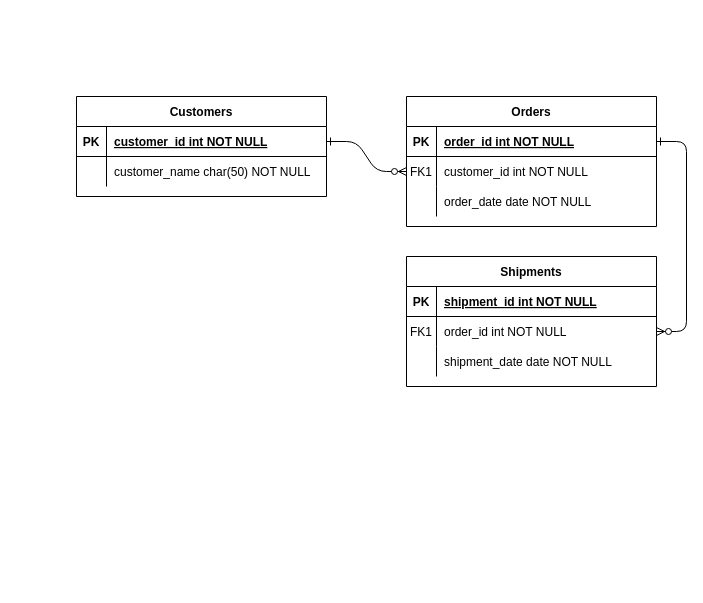
Above: Untitled Diagram.drawio in DongYong/WaveKorea.Net (draw.io), before the change. Source tidied: cells renumbered, new cells numbered last; positions are measured from the earlier drawing's top-left corner, leaving out a move shared by most shapes. Both pictures are drawn from the tidied source at 100%, with x=0, y=0 at pixel (76, 96).
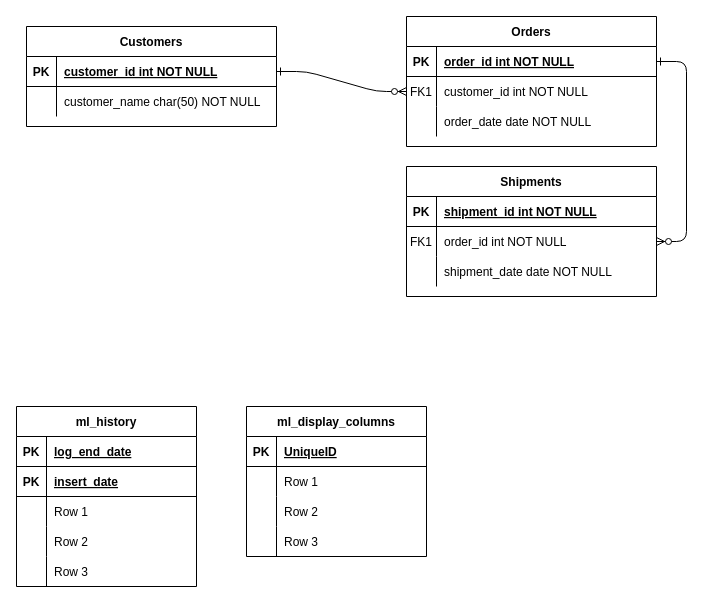
After the change.

Diff of the diagram source:
```diff
@@
     <mxCell id="4" value="Orders" style="shape=table;startSize=30;childLayout=tableLayout;rowLines=0;fontStyle=1;align=center;" parent="1" vertex="1">
-      <mxGeometry x="330" width="250" height="130" as="geometry" />
+      <mxGeometry x="330" y="-80" width="250" height="130" as="geometry" />
     </mxCell>
@@
     <mxCell id="14" value="Shipments" style="shape=table;startSize=30;childLayout=tableLayout;rowLines=0;fontStyle=1;align=center;" parent="1" vertex="1">
-      <mxGeometry x="330" y="160" width="250" height="130" as="geometry" />
+      <mxGeometry x="330" y="70" width="250" height="130" as="geometry" />
     </mxCell>
@@
     <mxCell id="24" value="Customers" style="shape=table;startSize=30;childLayout=tableLayout;rowLines=0;fontStyle=1;align=center;" parent="1" vertex="1">
-      <mxGeometry width="250" height="100" as="geometry" />
+      <mxGeometry x="-50" y="-70" width="250" height="100" as="geometry" />
     </mxCell>
@@
+    <mxCell id="31" value="ml_history" style="shape=table;startSize=30;childLayout=tableLayout;rowLines=0;fontStyle=1;align=center;" parent="1" vertex="1">
+      <mxGeometry x="-60" y="310" width="180" height="180" as="geometry" />
+    </mxCell>
+    <mxCell id="32" style="shape=tableRow;horizontal=0;startSize=0;swimlaneHead=0;swimlaneBody=0;fillColor=none;top=0;left=0;right=0;bottom=1;" parent="31" vertex="1">
+      <mxGeometry y="30" width="180" height="30" as="geometry" />
+    </mxCell>
+    <mxCell id="33" value="PK" style="shape=partialRectangle;fillColor=none;top=0;left=0;bottom=0;right=0;fontStyle=1;overflow=hidden;" parent="32" vertex="1">
+      <mxGeometry width="30" height="30" as="geometry" />
+    </mxCell>
+    <mxCell id="34" value="log_end_date" style="shape=partialRectangle;fillColor=none;top=0;left=0;bottom=0;right=0;align=left;spacingLeft=6;fontStyle=5;overflow=hidden;" parent="32" vertex="1">
+      <mxGeometry x="30" width="150" height="30" as="geometry" />
+    </mxCell>
+    <mxCell id="35" style="shape=tableRow;horizontal=0;startSize=0;swimlaneHead=0;swimlaneBody=0;fillColor=none;top=0;left=0;right=0;bottom=1;" parent="31" vertex="1">
+      <mxGeometry y="60" width="180" height="30" as="geometry" />
+    </mxCell>
+    <mxCell id="36" value="PK" style="shape=partialRectangle;fillColor=none;top=0;left=0;bottom=0;right=0;fontStyle=1;overflow=hidden;" parent="35" vertex="1">
+      <mxGeometry width="30" height="30" as="geometry" />
+    </mxCell>
+    <mxCell id="37" value="insert_date" style="shape=partialRectangle;fillColor=none;top=0;left=0;bottom=0;right=0;align=left;spacingLeft=6;fontStyle=5;overflow=hidden;" parent="35" vertex="1">
+      <mxGeometry x="30" width="150" height="30" as="geometry" />
+    </mxCell>
+    <mxCell id="38" style="shape=tableRow;horizontal=0;startSize=0;swimlaneHead=0;swimlaneBody=0;fillColor=none;top=0;left=0;right=0;bottom=0;" parent="31" vertex="1">
+      <mxGeometry y="90" width="180" height="30" as="geometry" />
+    </mxCell>
+    <mxCell id="39" style="shape=partialRectangle;fillColor=none;top=0;left=0;bottom=0;right=0;overflow=hidden;" parent="38" vertex="1">
+      <mxGeometry width="30" height="30" as="geometry" />
+    </mxCell>
+    <mxCell id="40" value="Row 1" style="shape=partialRectangle;fillColor=none;top=0;left=0;bottom=0;right=0;align=left;spacingLeft=6;overflow=hidden;" parent="38" vertex="1">
+      <mxGeometry x="30" width="150" height="30" as="geometry" />
+    </mxCell>
+    <mxCell id="41" style="shape=tableRow;horizontal=0;startSize=0;swimlaneHead=0;swimlaneBody=0;fillColor=none;top=0;left=0;right=0;bottom=0;" parent="31" vertex="1">
+      <mxGeometry y="120" width="180" height="30" as="geometry" />
+    </mxCell>
+    <mxCell id="42" style="shape=partialRectangle;fillColor=none;top=0;left=0;bottom=0;right=0;overflow=hidden;" parent="41" vertex="1">
+      <mxGeometry width="30" height="30" as="geometry" />
+    </mxCell>
+    <mxCell id="43" value="Row 2" style="shape=partialRectangle;fillColor=none;top=0;left=0;bottom=0;right=0;align=left;spacingLeft=6;overflow=hidden;" parent="41" vertex="1">
+      <mxGeometry x="30" width="150" height="30" as="geometry" />
+    </mxCell>
+    <mxCell id="44" style="shape=tableRow;horizontal=0;startSize=0;swimlaneHead=0;swimlaneBody=0;fillColor=none;top=0;left=0;right=0;bottom=0;" parent="31" vertex="1">
+      <mxGeometry y="150" width="180" height="30" as="geometry" />
+    </mxCell>
+    <mxCell id="45" style="shape=partialRectangle;fillColor=none;top=0;left=0;bottom=0;right=0;overflow=hidden;" parent="44" vertex="1">
+      <mxGeometry width="30" height="30" as="geometry" />
+    </mxCell>
+    <mxCell id="46" value="Row 3" style="shape=partialRectangle;fillColor=none;top=0;left=0;bottom=0;right=0;align=left;spacingLeft=6;overflow=hidden;" parent="44" vertex="1">
+      <mxGeometry x="30" width="150" height="30" as="geometry" />
+    </mxCell>
+    <mxCell id="47" value="ml_display_columns" style="shape=table;startSize=30;childLayout=tableLayout;rowLines=0;fontStyle=1;align=center;" parent="1" vertex="1">
+      <mxGeometry x="170" y="310" width="180" height="150" as="geometry" />
+    </mxCell>
+    <mxCell id="48" style="shape=tableRow;horizontal=0;startSize=0;swimlaneHead=0;swimlaneBody=0;fillColor=none;top=0;left=0;right=0;bottom=1;" parent="47" vertex="1">
+      <mxGeometry y="30" width="180" height="30" as="geometry" />
+    </mxCell>
+    <mxCell id="49" value="PK" style="shape=partialRectangle;fillColor=none;top=0;left=0;bottom=0;right=0;fontStyle=1;overflow=hidden;" parent="48" vertex="1">
+      <mxGeometry width="30" height="30" as="geometry" />
+    </mxCell>
+    <mxCell id="50" value="UniqueID" style="shape=partialRectangle;fillColor=none;top=0;left=0;bottom=0;right=0;align=left;spacingLeft=6;fontStyle=5;overflow=hidden;" parent="48" vertex="1">
+      <mxGeometry x="30" width="150" height="30" as="geometry" />
+    </mxCell>
+    <mxCell id="51" style="shape=tableRow;horizontal=0;startSize=0;swimlaneHead=0;swimlaneBody=0;fillColor=none;top=0;left=0;right=0;bottom=0;" parent="47" vertex="1">
+      <mxGeometry y="60" width="180" height="30" as="geometry" />
+    </mxCell>
+    <mxCell id="52" style="shape=partialRectangle;fillColor=none;top=0;left=0;bottom=0;right=0;overflow=hidden;" parent="51" vertex="1">
+      <mxGeometry width="30" height="30" as="geometry" />
+    </mxCell>
+    <mxCell id="53" value="Row 1" style="shape=partialRectangle;fillColor=none;top=0;left=0;bottom=0;right=0;align=left;spacingLeft=6;overflow=hidden;" parent="51" vertex="1">
+      <mxGeometry x="30" width="150" height="30" as="geometry" />
+    </mxCell>
+    <mxCell id="54" style="shape=tableRow;horizontal=0;startSize=0;swimlaneHead=0;swimlaneBody=0;fillColor=none;top=0;left=0;right=0;bottom=0;" parent="47" vertex="1">
+      <mxGeometry y="90" width="180" height="30" as="geometry" />
+    </mxCell>
+    <mxCell id="55" style="shape=partialRectangle;fillColor=none;top=0;left=0;bottom=0;right=0;overflow=hidden;" parent="54" vertex="1">
+      <mxGeometry width="30" height="30" as="geometry" />
+    </mxCell>
+    <mxCell id="56" value="Row 2" style="shape=partialRectangle;fillColor=none;top=0;left=0;bottom=0;right=0;align=left;spacingLeft=6;overflow=hidden;" parent="54" vertex="1">
+      <mxGeometry x="30" width="150" height="30" as="geometry" />
+    </mxCell>
+    <mxCell id="57" style="shape=tableRow;horizontal=0;startSize=0;swimlaneHead=0;swimlaneBody=0;fillColor=none;top=0;left=0;right=0;bottom=0;" parent="47" vertex="1">
+      <mxGeometry y="120" width="180" height="30" as="geometry" />
+    </mxCell>
+    <mxCell id="58" style="shape=partialRectangle;fillColor=none;top=0;left=0;bottom=0;right=0;overflow=hidden;" parent="57" vertex="1">
+      <mxGeometry width="30" height="30" as="geometry" />
+    </mxCell>
+    <mxCell id="59" value="Row 3" style="shape=partialRectangle;fillColor=none;top=0;left=0;bottom=0;right=0;align=left;spacingLeft=6;overflow=hidden;" parent="57" vertex="1">
+      <mxGeometry x="30" width="150" height="30" as="geometry" />
+    </mxCell>
```
